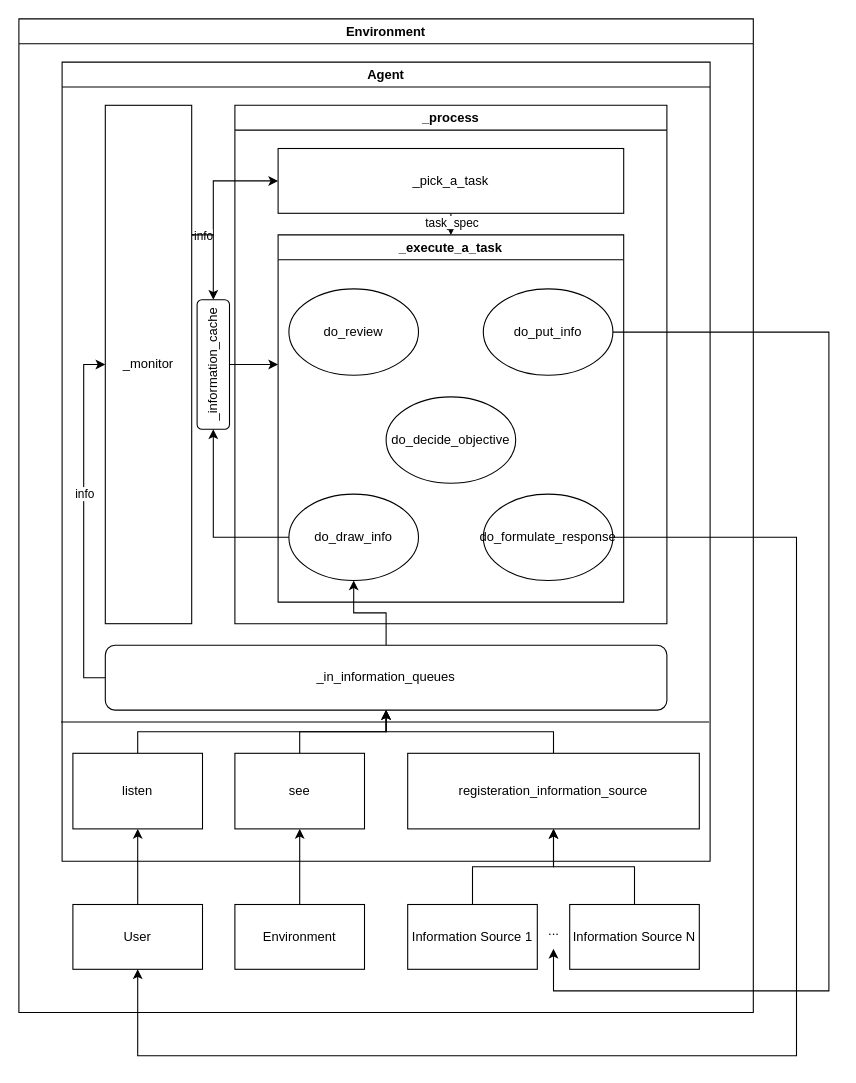
Above: docs/agent_workflow.drawio in skydiving94/environment_sensing_crs (draw.io), before the change. Source tidied: cells renumbered, new cells numbered last; positions are measured from the earlier drawing's top-left corner, leaving out a move shared by most shapes. Both pictures are drawn from the tidied source at 108%, with x=0, y=0 at pixel (18, 18).
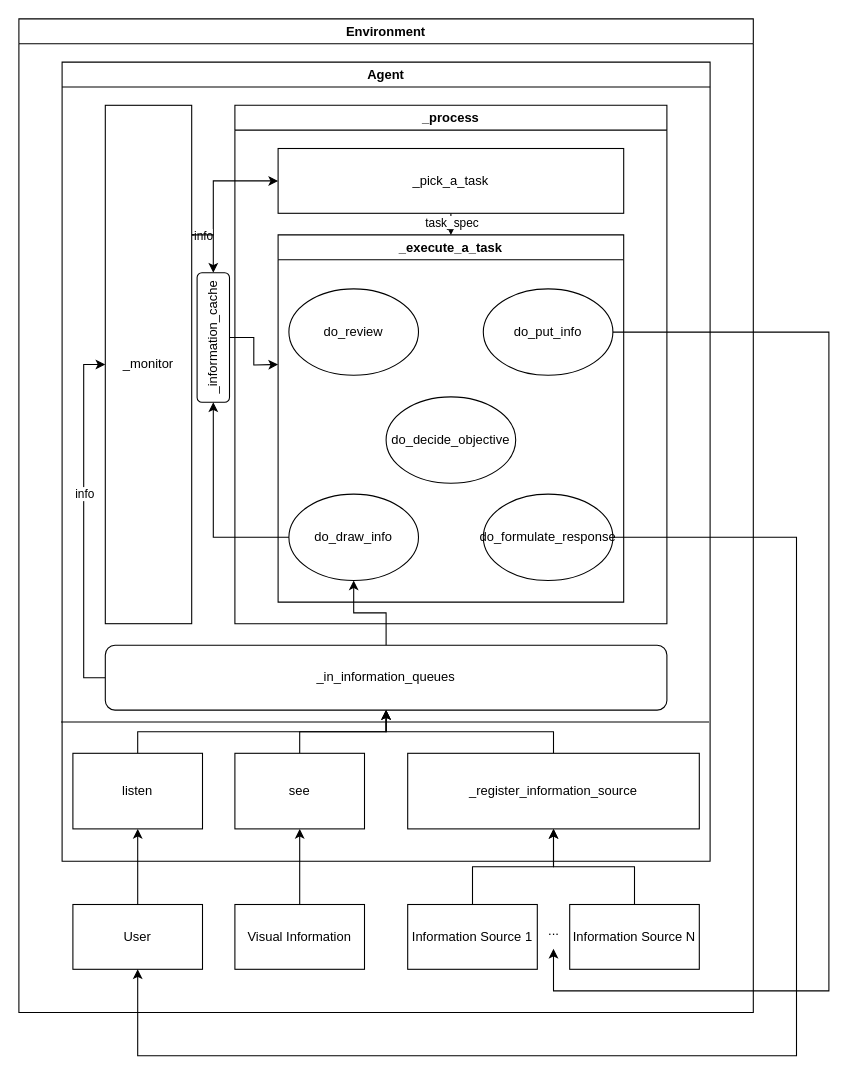
The same diagram, later.

Unchanged cells that the change refers to:
```xml
<mxCell id="2" value="Environment" style="swimlane;whiteSpace=wrap;html=1;startSize=23;" parent="1" vertex="1">
  <mxGeometry width="680" height="920" as="geometry" />
</mxCell>
<mxCell id="3" value="Agent" style="swimlane;whiteSpace=wrap;html=1;" parent="2" vertex="1">
  <mxGeometry x="40" y="40" width="600" height="740" as="geometry" />
</mxCell>
```

What changed in the source:
```diff
@@
-    <mxCell id="9" value="registeration_information_source" style="rounded=0;whiteSpace=wrap;html=1;" parent="3" vertex="1">
+    <mxCell id="9" value="_register_information_source" style="rounded=0;whiteSpace=wrap;html=1;" parent="3" vertex="1">
       <mxGeometry x="320" y="640" width="270" height="70" as="geometry" />
     </mxCell>
@@
     <mxCell id="29" value="_information_cache" style="rounded=1;whiteSpace=wrap;html=1;rotation=-90;" parent="3" vertex="1">
-      <mxGeometry x="80" y="265" width="120" height="30" as="geometry" />
+      <mxGeometry x="80" y="240" width="120" height="30" as="geometry" />
     </mxCell>
@@
-    <mxCell id="34" value="Environment" style="rounded=0;whiteSpace=wrap;html=1;" parent="2" vertex="1">
+    <mxCell id="34" value="Visual Information" style="rounded=0;whiteSpace=wrap;html=1;" parent="2" vertex="1">
       <mxGeometry x="200" y="820" width="120" height="60" as="geometry" />
     </mxCell>
```
